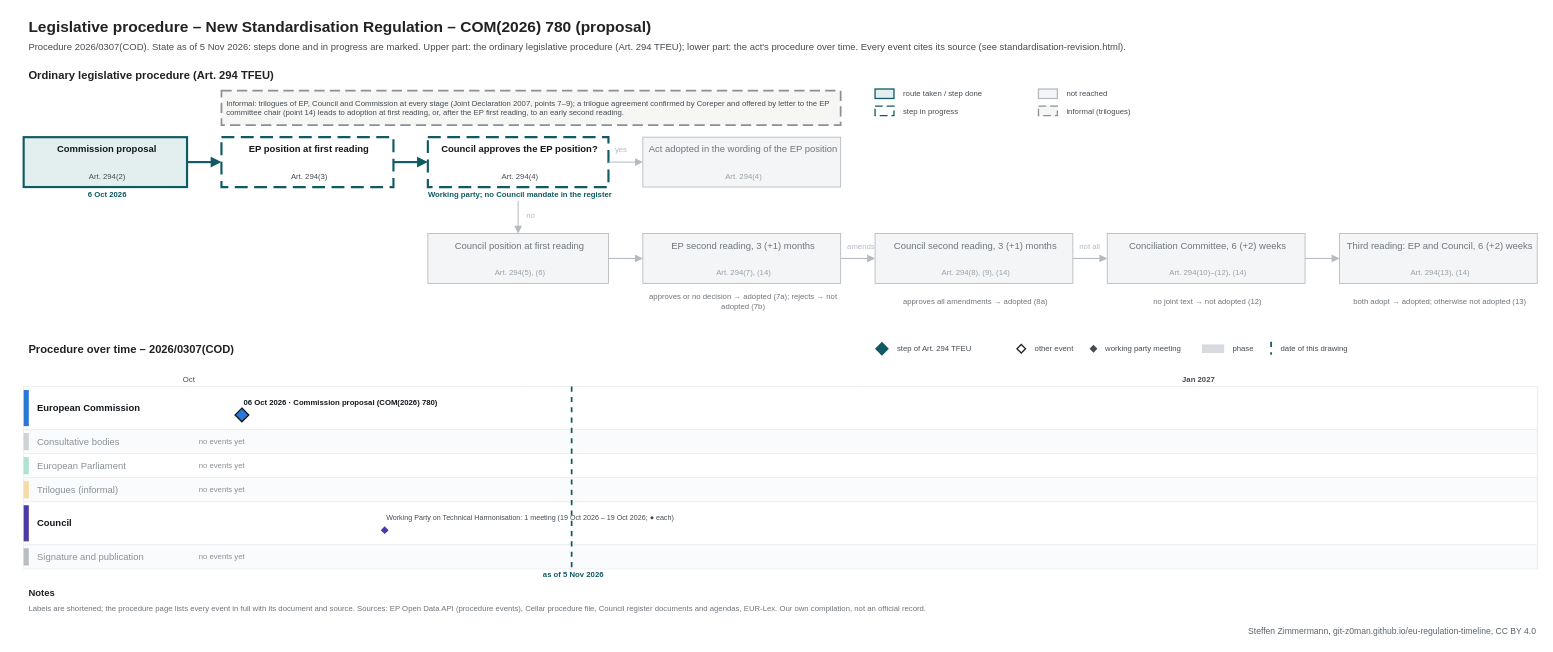
Above: procedures/standardisation-revision.drawio in git-z0man/eu-regulation-timeline (draw.io), before the change. Source tidied: cells renumbered, new cells numbered last; positions are measured from the earlier drawing's top-left corner, leaving out a move shared by most shapes. Both pictures are drawn from the tidied source at 86%, with x=0, y=0 at pixel (15, 15).
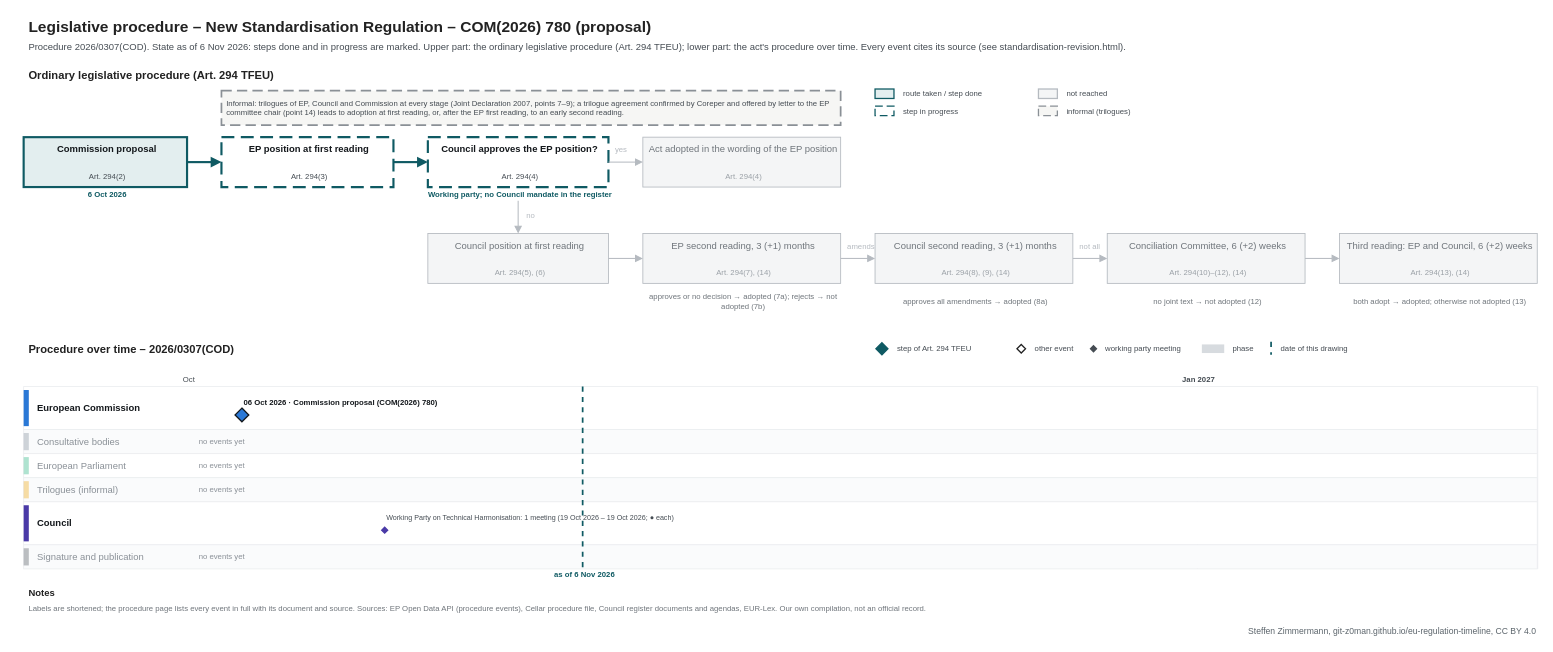
The same page after the edit.

What changed in the source:
```diff
@@
-    <mxCell id="3" value="Procedure 2026/0307(COD). State as of 5 Nov 2026: steps done and in progress are marked. Upper part: the ordinary legislative procedure (Art. 294 TFEU); lower part: the act's procedure over time. Every event cites its source (see standardisation-revision.html)." style="text;html=1;fontSize=11;fontColor=#454c53;align=left;verticalAlign=middle;spacingLeft=4;" parent="1" vertex="1">
+    <mxCell id="3" value="Procedure 2026/0307(COD). State as of 6 Nov 2026: steps done and in progress are marked. Upper part: the ordinary legislative procedure (Art. 294 TFEU); lower part: the act's procedure over time. Every event cites its source (see standardisation-revision.html)." style="text;html=1;fontSize=11;fontColor=#454c53;align=left;verticalAlign=middle;spacingLeft=4;" parent="1" vertex="1">
       <mxGeometry x="10" y="28" width="1700" height="18" as="geometry" />
     </mxCell>
@@
     <mxCell id="100" style="line;html=1;strokeWidth=2;strokeColor=#0f5a63;direction=south;dashed=1;" parent="1" vertex="1">
-      <mxGeometry x="646.7" y="432" width="1" height="212" as="geometry" />
+      <mxGeometry x="659.5" y="432" width="1" height="212" as="geometry" />
     </mxCell>
-    <mxCell id="101" value="as of 5 Nov 2026" style="text;html=1;fontSize=9;fontColor=#0f5a63;align=center;verticalAlign=middle;spacingLeft=4;fontStyle=1;" parent="1" vertex="1">
-      <mxGeometry x="586.7" y="645" width="120" height="12" as="geometry" />
+    <mxCell id="101" value="as of 6 Nov 2026" style="text;html=1;fontSize=9;fontColor=#0f5a63;align=center;verticalAlign=middle;spacingLeft=4;fontStyle=1;" parent="1" vertex="1">
+      <mxGeometry x="599.5" y="645" width="120" height="12" as="geometry" />
     </mxCell>
```
